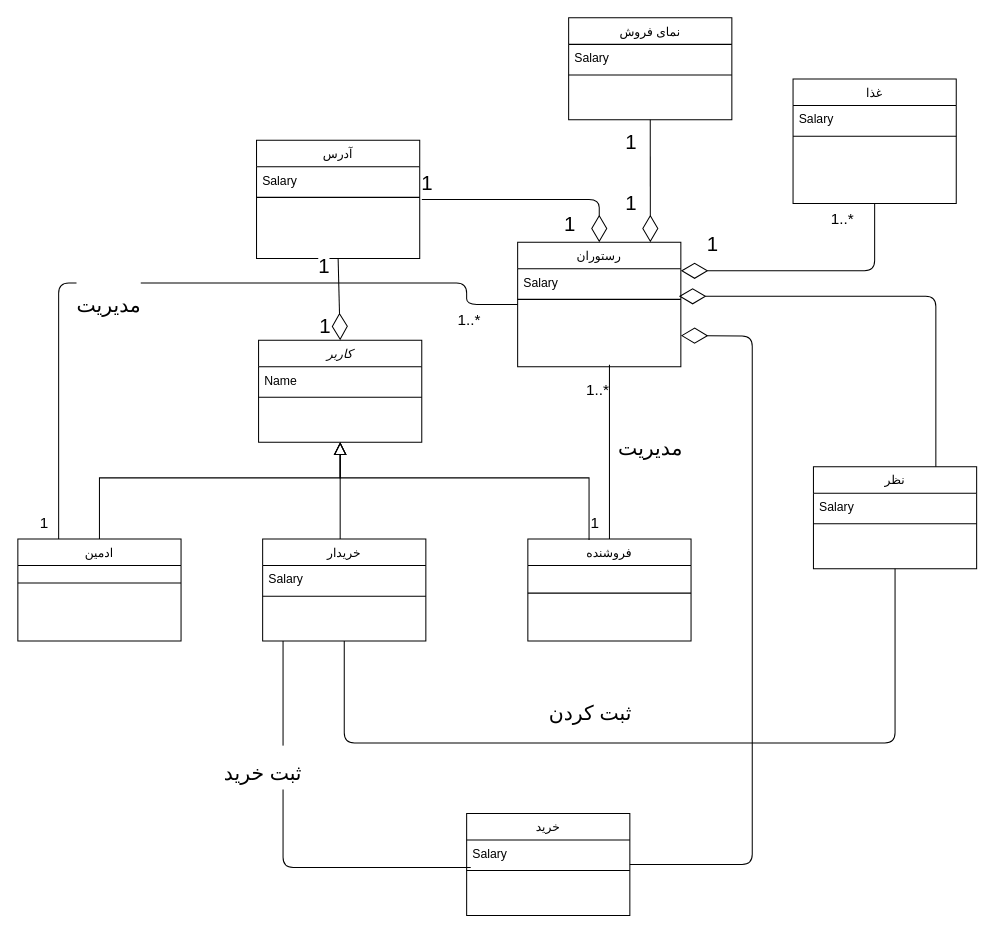
Before: Untitled Diagram.drawio in khoramian/TahDig_SoftwareEngineering, a draw.io diagram. Source tidied: cells renumbered, new cells numbered last; positions are measured from the earlier drawing's top-left corner, leaving out a move shared by most shapes. Both pictures are drawn from the tidied source at 102%, with x=0, y=0 at pixel (17, 17).
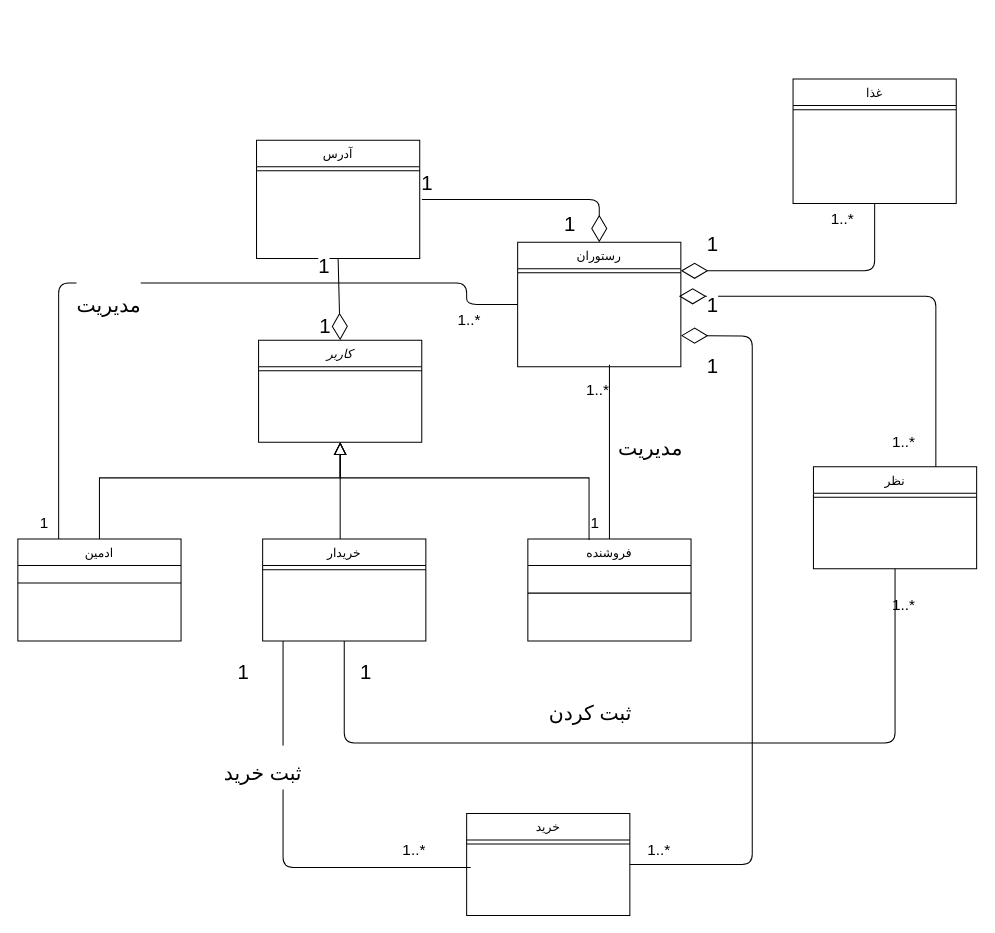
The same page after the edit.

Unchanged cells that the change refers to:
```xml
<mxCell id="4" value="خریدار" style="swimlane;fontStyle=0;align=center;verticalAlign=top;horizontal=1;startSize=26;rounded=0;shadow=0;strokeWidth=1;" parent="1" vertex="1">
  <mxGeometry x="240" y="511" width="160" height="100" as="geometry" />
</mxCell>
<mxCell id="9" value="خرید" style="swimlane;fontStyle=0;align=center;verticalAlign=top;horizontal=1;startSize=26;rounded=0;shadow=0;strokeWidth=1;" parent="1" vertex="1">
  <mxGeometry x="440" y="780" width="160" height="100" as="geometry" />
</mxCell>
<mxCell id="12" value="نظر" style="swimlane;fontStyle=0;align=center;verticalAlign=top;horizontal=1;startSize=26;rounded=0;shadow=0;strokeWidth=1;" parent="1" vertex="1">
  <mxGeometry x="780" y="440" width="160" height="100" as="geometry" />
</mxCell>
<mxCell id="15" value="آدرس" style="swimlane;fontStyle=0;align=center;verticalAlign=top;horizontal=1;startSize=26;rounded=0;shadow=0;strokeWidth=1;" parent="1" vertex="1">
  <mxGeometry x="234" y="120" width="160" height="116" as="geometry" />
</mxCell>
<mxCell id="18" value="غذا" style="swimlane;fontStyle=0;align=center;verticalAlign=top;horizontal=1;startSize=26;rounded=0;shadow=0;strokeWidth=1;" parent="1" vertex="1">
  <mxGeometry x="760" y="60" width="160" height="122" as="geometry" />
</mxCell>
<mxCell id="24" value="کاربر" style="swimlane;fontStyle=2;align=center;verticalAlign=top;horizontal=1;startSize=26;rounded=0;shadow=0;strokeWidth=1;" parent="1" vertex="1">
  <mxGeometry x="236" y="316" width="160" height="100" as="geometry" />
</mxCell>
<mxCell id="30" value="رستوران" style="swimlane;fontStyle=0;align=center;verticalAlign=top;horizontal=1;startSize=26;rounded=0;shadow=0;strokeWidth=1;" parent="1" vertex="1">
  <mxGeometry x="490" y="220" width="160" height="122" as="geometry" />
</mxCell>
```

Diff of the diagram source:
```diff
@@
-    <mxCell id="5" value="Salary" style="text;align=left;verticalAlign=top;spacingLeft=4;spacingRight=4;overflow=hidden;" parent="4" vertex="1">
-      <mxGeometry y="26" width="160" height="26" as="geometry" />
-    </mxCell>
     <mxCell id="6" style="line;html=1;strokeWidth=1;align=left;verticalAlign=middle;spacingTop=-1;spacingLeft=3;spacingRight=3;labelPosition=right;" parent="4" vertex="1">
-      <mxGeometry y="52" width="160" height="8" as="geometry" />
+      <mxGeometry y="26" width="160" height="8" as="geometry" />
     </mxCell>
@@
-    <mxCell id="10" value="Salary" style="text;align=left;verticalAlign=top;spacingLeft=4;spacingRight=4;overflow=hidden;points=[[0,0.5],[1,0.5]];portConstraint=eastwest;" parent="9" vertex="1">
-      <mxGeometry y="26" width="160" height="26" as="geometry" />
-    </mxCell>
     <mxCell id="11" style="line;html=1;strokeWidth=1;align=left;verticalAlign=middle;spacingTop=-1;spacingLeft=3;spacingRight=3;labelPosition=right;" parent="9" vertex="1">
-      <mxGeometry y="52" width="160" height="8" as="geometry" />
+      <mxGeometry y="26" width="160" height="8" as="geometry" />
     </mxCell>
@@
-    <mxCell id="13" value="Salary" style="text;align=left;verticalAlign=top;spacingLeft=4;spacingRight=4;overflow=hidden;" parent="12" vertex="1">
-      <mxGeometry y="26" width="160" height="26" as="geometry" />
-    </mxCell>
     <mxCell id="14" style="line;html=1;strokeWidth=1;align=left;verticalAlign=middle;spacingTop=-1;spacingLeft=3;spacingRight=3;labelPosition=right;" parent="12" vertex="1">
-      <mxGeometry y="52" width="160" height="8" as="geometry" />
+      <mxGeometry y="26" width="160" height="8" as="geometry" />
     </mxCell>
@@
-    <mxCell id="16" value="Salary" style="text;align=left;verticalAlign=top;spacingLeft=4;spacingRight=4;overflow=hidden;points=[[0,0.5],[1,0.5]];portConstraint=eastwest;" parent="15" vertex="1">
-      <mxGeometry y="26" width="160" height="26" as="geometry" />
-    </mxCell>
     <mxCell id="17" style="line;html=1;strokeWidth=1;align=left;verticalAlign=middle;spacingTop=-1;spacingLeft=3;spacingRight=3;labelPosition=right;" parent="15" vertex="1">
-      <mxGeometry y="52" width="160" height="8" as="geometry" />
+      <mxGeometry y="26" width="160" height="8" as="geometry" />
     </mxCell>
@@
-    <mxCell id="19" value="Salary" style="text;align=left;verticalAlign=top;spacingLeft=4;spacingRight=4;overflow=hidden;" parent="18" vertex="1">
-      <mxGeometry y="26" width="160" height="26" as="geometry" />
-    </mxCell>
     <mxCell id="20" style="line;html=1;strokeWidth=1;align=left;verticalAlign=middle;spacingTop=-1;spacingLeft=3;spacingRight=3;labelPosition=right;" parent="18" vertex="1">
-      <mxGeometry y="52" width="160" height="8" as="geometry" />
+      <mxGeometry y="26" width="160" height="8" as="geometry" />
     </mxCell>
-    <mxCell id="21" value="نمای فروش" style="swimlane;fontStyle=0;align=center;verticalAlign=top;horizontal=1;startSize=26;rounded=0;shadow=0;strokeWidth=1;" parent="1" vertex="1">
-      <mxGeometry x="540" width="160" height="100" as="geometry" />
-    </mxCell>
-    <mxCell id="22" value="Salary" style="text;align=left;verticalAlign=top;spacingLeft=4;spacingRight=4;overflow=hidden;" parent="21" vertex="1">
-      <mxGeometry y="26" width="160" height="26" as="geometry" />
-    </mxCell>
-    <mxCell id="23" style="line;html=1;strokeWidth=1;align=left;verticalAlign=middle;spacingTop=-1;spacingLeft=3;spacingRight=3;labelPosition=right;" parent="21" vertex="1">
-      <mxGeometry y="52" width="160" height="8" as="geometry" />
-    </mxCell>
@@
-    <mxCell id="25" value="Name" style="text;align=left;verticalAlign=top;spacingLeft=4;spacingRight=4;overflow=hidden;" parent="24" vertex="1">
-      <mxGeometry y="26" width="160" height="26" as="geometry" />
-    </mxCell>
     <mxCell id="26" style="line;html=1;strokeWidth=1;align=left;verticalAlign=middle;spacingTop=-1;spacingLeft=3;spacingRight=3;labelPosition=right;" parent="24" vertex="1">
-      <mxGeometry y="52" width="160" height="8" as="geometry" />
+      <mxGeometry y="26" width="160" height="8" as="geometry" />
     </mxCell>
@@
-    <mxCell id="31" value="Salary" style="text;align=left;verticalAlign=top;spacingLeft=4;spacingRight=4;overflow=hidden;points=[[0,0.5],[1,0.5]];portConstraint=eastwest;" parent="30" vertex="1">
-      <mxGeometry y="26" width="160" height="26" as="geometry" />
-    </mxCell>
     <mxCell id="32" style="line;html=1;strokeWidth=1;align=left;verticalAlign=middle;spacingTop=-1;spacingLeft=3;spacingRight=3;labelPosition=right;" parent="30" vertex="1">
-      <mxGeometry y="52" width="160" height="8" as="geometry" />
+      <mxGeometry y="26" width="160" height="8" as="geometry" />
     </mxCell>
@@
-    <mxCell id="34" style="endArrow=diamondThin;endFill=0;endSize=24;html=1;fontSize=36;exitX=1.013;exitY=1.231;exitDx=0;exitDy=0;entryX=0.5;entryY=0;entryDx=0;entryDy=0;exitPerimeter=0;" parent="1" edge="1" source="16" target="30">
+    <mxCell id="34" style="endArrow=diamondThin;endFill=0;endSize=24;html=1;fontSize=36;exitX=1.013;exitY=1.231;exitDx=0;exitDy=0;entryX=0.5;entryY=0;entryDx=0;entryDy=0;exitPerimeter=0;" parent="1" edge="1" target="30">
       <mxGeometry relative="1" as="geometry">
+        <mxPoint x="396.1" y="178" as="sourcePoint" />
         <Array as="points">
           <mxPoint x="570" y="178" />
         </Array>
       </mxGeometry>
     </mxCell>
@@
-    <mxCell id="38" style="endArrow=diamondThin;endFill=0;endSize=24;html=1;fontSize=36;exitX=0.5;exitY=1;exitDx=0;exitDy=0;entryX=0.813;entryY=0;entryDx=0;entryDy=0;entryPerimeter=0;" parent="1" edge="1" source="21" target="30">
-      <mxGeometry relative="1" as="geometry" />
-    </mxCell>
-    <mxCell id="39" value="1" style="edgeLabel;html=1;align=center;verticalAlign=middle;fontSize=20;" parent="38" vertex="1">
-      <mxGeometry x="-0.77" y="-1" relative="1" as="geometry">
-        <mxPoint x="-19" y="6" as="offset" />
-      </mxGeometry>
-    </mxCell>
-    <mxCell id="40" style="endArrow=diamondThin;endFill=0;endSize=24;html=1;fontSize=36;exitX=0.75;exitY=0;exitDx=0;exitDy=0;strokeWidth=1;entryX=0.988;entryY=1.038;entryDx=0;entryDy=0;entryPerimeter=0;" parent="1" edge="1" source="12" target="31">
+    <mxCell id="40" style="endArrow=diamondThin;endFill=0;endSize=24;html=1;fontSize=36;exitX=0.75;exitY=0;exitDx=0;exitDy=0;strokeWidth=1;entryX=0.988;entryY=1.038;entryDx=0;entryDy=0;entryPerimeter=0;" parent="1" edge="1" source="12">
       <mxGeometry relative="1" as="geometry">
+        <mxPoint x="648.1" y="273" as="targetPoint" />
         <Array as="points">
           <mxPoint x="900" y="273" />
         </Array>
       </mxGeometry>
     </mxCell>
@@
-    <mxCell id="42" style="endArrow=diamondThin;endFill=0;endSize=24;html=1;fontSize=36;exitX=0.5;exitY=1;exitDx=0;exitDy=0;entryX=1;entryY=0.077;entryDx=0;entryDy=0;entryPerimeter=0;" parent="1" edge="1" source="18" target="31">
+    <mxCell id="42" style="endArrow=diamondThin;endFill=0;endSize=24;html=1;fontSize=36;exitX=0.5;exitY=1;exitDx=0;exitDy=0;entryX=1;entryY=0.077;entryDx=0;entryDy=0;entryPerimeter=0;" parent="1" edge="1" source="18">
       <mxGeometry relative="1" as="geometry">
+        <mxPoint x="650" y="248" as="targetPoint" />
         <Array as="points">
           <mxPoint x="840" y="248" />
         </Array>
       </mxGeometry>
     </mxCell>
@@
-    <mxCell id="44" value="1" style="edgeLabel;html=1;align=center;verticalAlign=middle;fontSize=20;" parent="1" vertex="1">
-      <mxGeometry x="600" y="180" as="geometry" />
-    </mxCell>
@@
-    <mxCell id="54" value="&lt;font style=&quot;font-size: 20px&quot;&gt;ثبت خرید&lt;br&gt;&lt;/font&gt;" style="verticalAlign=bottom;html=1;endArrow=none;edgeStyle=orthogonalEdgeStyle;fontSize=36;entryX=0.025;entryY=1.038;entryDx=0;entryDy=0;strokeWidth=1;entryPerimeter=0;" parent="1" edge="1" target="10">
+    <mxCell id="54" value="&lt;font style=&quot;font-size: 20px&quot;&gt;ثبت خرید&lt;br&gt;&lt;/font&gt;" style="verticalAlign=bottom;html=1;endArrow=none;edgeStyle=orthogonalEdgeStyle;fontSize=36;entryX=0.025;entryY=1.038;entryDx=0;entryDy=0;strokeWidth=1;entryPerimeter=0;" parent="1" edge="1">
       <mxGeometry x="-0.27" y="-20" relative="1" as="geometry">
         <mxPoint x="260" y="611" as="sourcePoint" />
+        <mxPoint x="444" y="833" as="targetPoint" />
         <Array as="points">
           <mxPoint x="260" y="611" />
           <mxPoint x="260" y="833" />
         </Array>
       </mxGeometry>
     </mxCell>
+    <mxCell id="55" value="&lt;font style=&quot;font-size: 15px&quot;&gt;&amp;nbsp;1..*&lt;/font&gt;" style="html=1;align=right;verticalAlign=top;labelBackgroundColor=none;fontSize=10;" parent="1" vertex="1">
+      <mxGeometry x="880" y="400" as="geometry" />
+    </mxCell>
+    <mxCell id="56" value="1" style="edgeLabel;html=1;align=center;verticalAlign=middle;fontSize=20;" parent="1" vertex="1">
+      <mxGeometry x="680" y="280" as="geometry" />
+    </mxCell>
+    <mxCell id="57" value="1" style="edgeLabel;html=1;align=center;verticalAlign=middle;fontSize=20;" parent="1" vertex="1">
+      <mxGeometry x="680" y="340" as="geometry" />
+    </mxCell>
+    <mxCell id="58" value="&lt;font style=&quot;font-size: 15px&quot;&gt;&amp;nbsp;1..*&lt;/font&gt;" style="html=1;align=right;verticalAlign=top;labelBackgroundColor=none;fontSize=10;" parent="1" vertex="1">
+      <mxGeometry x="640" y="800" as="geometry" />
+    </mxCell>
+    <mxCell id="59" value="&lt;font style=&quot;font-size: 15px&quot;&gt;&amp;nbsp;1..*&lt;/font&gt;" style="html=1;align=right;verticalAlign=top;labelBackgroundColor=none;fontSize=10;" parent="1" vertex="1">
+      <mxGeometry x="400" y="800" as="geometry" />
+    </mxCell>
+    <mxCell id="60" value="1" style="edgeLabel;html=1;align=center;verticalAlign=middle;fontSize=20;" parent="1" vertex="1">
+      <mxGeometry x="340" y="640" as="geometry" />
+    </mxCell>
+    <mxCell id="61" value="1" style="edgeLabel;html=1;align=center;verticalAlign=middle;fontSize=20;" parent="1" vertex="1">
+      <mxGeometry x="220" y="640" as="geometry" />
+    </mxCell>
+    <mxCell id="62" value="&lt;font style=&quot;font-size: 15px&quot;&gt;&amp;nbsp;1..*&lt;/font&gt;" style="html=1;align=right;verticalAlign=top;labelBackgroundColor=none;fontSize=10;" parent="1" vertex="1">
+      <mxGeometry x="880" y="560" as="geometry" />
+    </mxCell>
```
